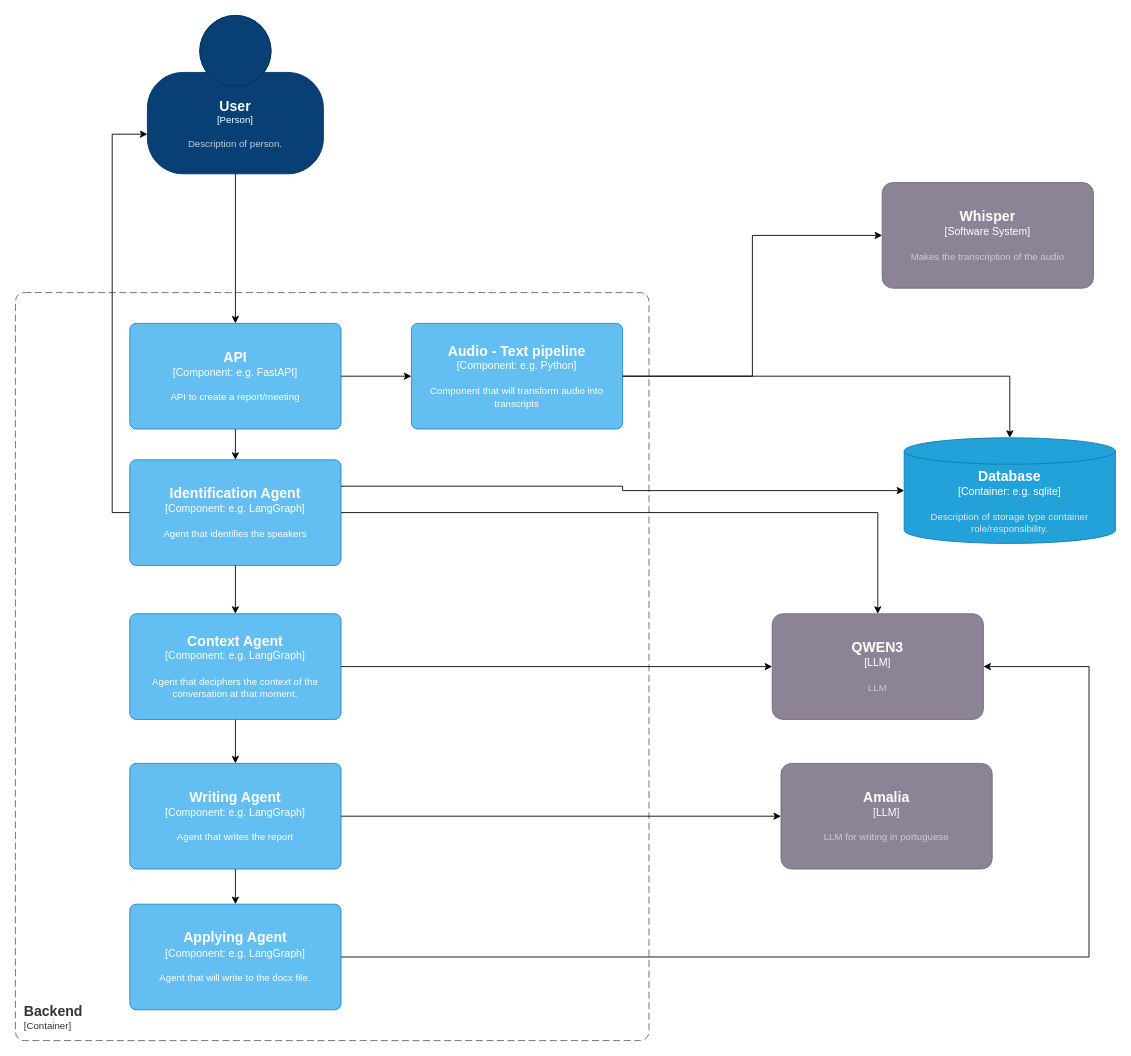
Pedro-Pereira0/FeatherMagic keeps this draw.io diagram as page "Component" (5 of 5) of docs/diagrams.drawio. Above is the earlier version. Source tidied: cells renumbered, new cells numbered last; positions are measured from the earlier drawing's top-left corner, leaving out a move shared by most shapes. Both pictures are drawn from the tidied source at 88%, with x=0, y=0 at pixel (15, 15).
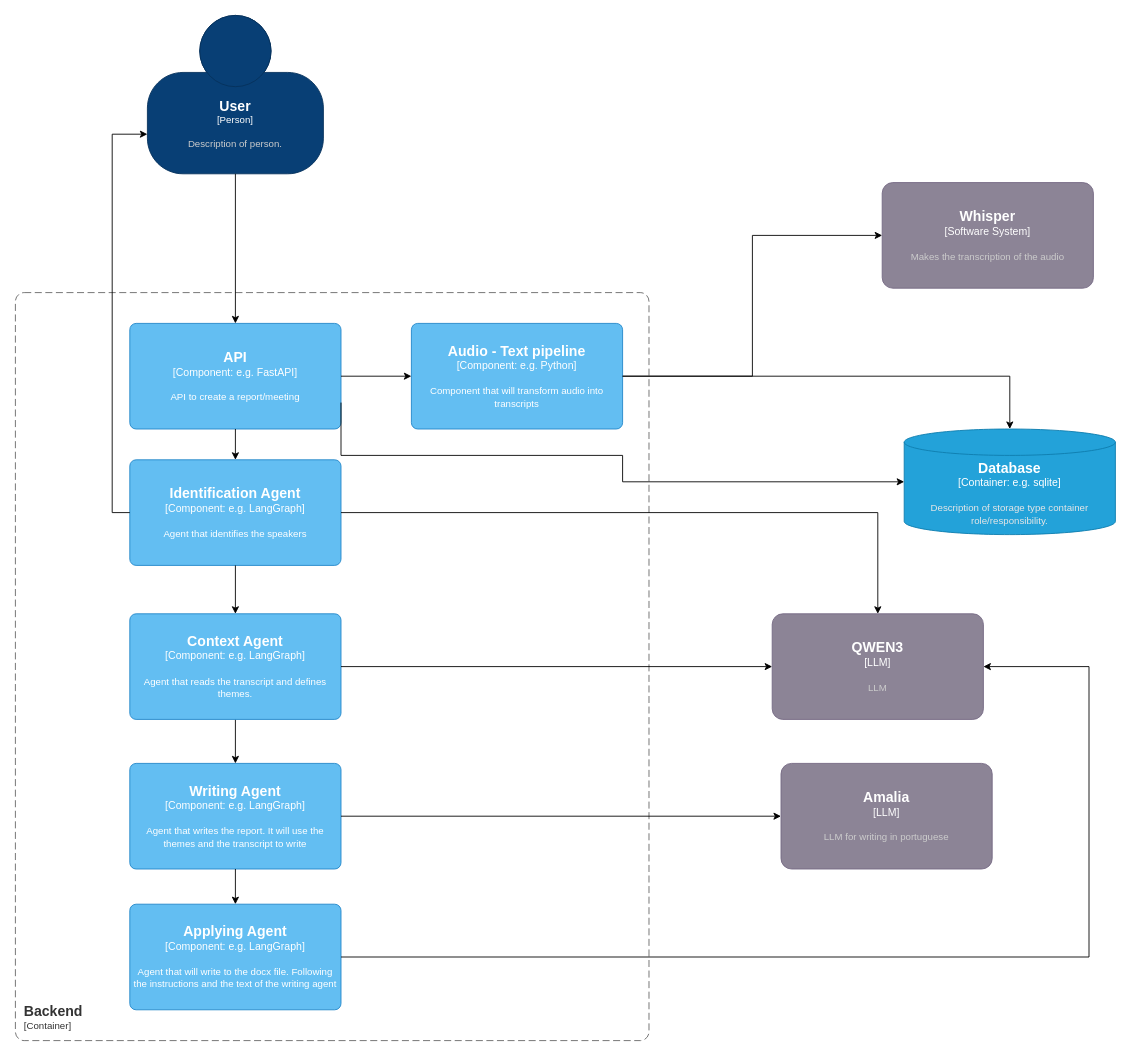
The same page after the edit.

Unchanged cells that the change refers to:
```xml
<object id="7" label="&lt;font style=&quot;font-size: 16px&quot;&gt;&lt;b&gt;%c4Name%&lt;/b&gt;&lt;/font&gt;&lt;div&gt;[%c4Type%: %c4Technology%]&lt;/div&gt;&lt;br&gt;&lt;div&gt;&lt;font style=&quot;font-size: 11px&quot;&gt;%c4Description%&lt;/font&gt;&lt;/div&gt;" c4Description="API to create a report/meeting" c4Name="API" c4Technology="e.g. FastAPI" c4Type="Component" placeholders="1">
  <mxCell style="rounded=1;whiteSpace=wrap;html=1;labelBackgroundColor=none;fillColor=#63BEF2;fontColor=#ffffff;align=center;arcSize=6;strokeColor=#2086C9;points=[[0.25,0,0],[0.5,0,0],[0.75,0,0],[1,0.25,0],[1,0.5,0],[1,0.75,0],[0.75,1,0],[0.5,1,0],[0.25,1,0],[0,0.75,0],[0,0.5,0],[0,0.25,0]];" parent="1" vertex="1">
    <mxGeometry x="130" y="350" width="240" height="120" as="geometry" />
  </mxCell>
</object>
<object id="10" label="&lt;font style=&quot;font-size: 16px&quot;&gt;&lt;b&gt;%c4Name%&lt;/b&gt;&lt;/font&gt;&lt;div&gt;[%c4Type%: %c4Technology%]&lt;/div&gt;&lt;br&gt;&lt;div&gt;&lt;font style=&quot;font-size: 11px&quot;&gt;%c4Description%&lt;/font&gt;&lt;/div&gt;" c4Description="Agent that identifies the speakers" c4Name="Identification Agent" c4Technology="e.g. LangGraph" c4Type="Component" placeholders="1">
  <mxCell style="rounded=1;whiteSpace=wrap;html=1;labelBackgroundColor=none;fillColor=#63BEF2;fontColor=#ffffff;align=center;arcSize=6;strokeColor=#2086C9;points=[[0.25,0,0],[0.5,0,0],[0.75,0,0],[1,0.25,0],[1,0.5,0],[1,0.75,0],[0.75,1,0],[0.5,1,0],[0.25,1,0],[0,0.75,0],[0,0.5,0],[0,0.25,0]];" parent="1" vertex="1">
    <mxGeometry x="130" y="505" width="240" height="120" as="geometry" />
  </mxCell>
</object>
```

The edit, as a diff of the source:
```diff
@@
     <object id="5" label="&lt;font style=&quot;font-size: 16px&quot;&gt;&lt;b&gt;%c4Name%&lt;/b&gt;&lt;/font&gt;&lt;div&gt;[%c4Type%:&amp;nbsp;%c4Technology%]&lt;/div&gt;&lt;br&gt;&lt;div&gt;&lt;font style=&quot;font-size: 11px&quot;&gt;&lt;font color=&quot;#E6E6E6&quot;&gt;%c4Description%&lt;/font&gt;&lt;/div&gt;" c4Description="Description of storage type container role/responsibility." c4Name="Database" c4Technology="e.g. sqlite" c4Type="Container" placeholders="1">
       <mxCell style="shape=cylinder3;size=15;whiteSpace=wrap;html=1;boundedLbl=1;rounded=0;labelBackgroundColor=none;fillColor=#23A2D9;fontSize=12;fontColor=#ffffff;align=center;strokeColor=#0E7DAD;points=[[0.5,0,0],[1,0.25,0],[1,0.5,0],[1,0.75,0],[0.5,1,0],[0,0.75,0],[0,0.5,0],[0,0.25,0]];" parent="1" vertex="1">
-        <mxGeometry x="1010" y="480" width="240" height="120" as="geometry" />
+        <mxGeometry x="1010" y="470" width="240" height="120" as="geometry" />
       </mxCell>
     </object>
@@
-    <object id="9" label="&lt;font style=&quot;font-size: 16px&quot;&gt;&lt;b&gt;%c4Name%&lt;/b&gt;&lt;/font&gt;&lt;div&gt;[%c4Type%: %c4Technology%]&lt;/div&gt;&lt;br&gt;&lt;div&gt;&lt;font style=&quot;font-size: 11px&quot;&gt;%c4Description%&lt;/font&gt;&lt;/div&gt;" c4Description="Agent that writes the report" c4Name="Writing Agent" c4Technology="e.g. LangGraph" c4Type="Component" placeholders="1">
+    <object id="9" label="&lt;font style=&quot;font-size: 16px&quot;&gt;&lt;b&gt;%c4Name%&lt;/b&gt;&lt;/font&gt;&lt;div&gt;[%c4Type%: %c4Technology%]&lt;/div&gt;&lt;br&gt;&lt;div&gt;&lt;font style=&quot;font-size: 11px&quot;&gt;%c4Description%&lt;/font&gt;&lt;/div&gt;" c4Description="Agent that writes the report. It will use the themes and the transcript to write" c4Name="Writing Agent" c4Technology="e.g. LangGraph" c4Type="Component" placeholders="1">
       <mxCell style="rounded=1;whiteSpace=wrap;html=1;labelBackgroundColor=none;fillColor=#63BEF2;fontColor=#ffffff;align=center;arcSize=6;strokeColor=#2086C9;points=[[0.25,0,0],[0.5,0,0],[0.75,0,0],[1,0.25,0],[1,0.5,0],[1,0.75,0],[0.75,1,0],[0.5,1,0],[0.25,1,0],[0,0.75,0],[0,0.5,0],[0,0.25,0]];" parent="1" vertex="1">
         <mxGeometry x="130" y="850" width="240" height="120" as="geometry" />
       </mxCell>
     </object>
@@
-    <mxCell id="13" style="edgeStyle=orthogonalEdgeStyle;rounded=0;jettySize=auto;html=1;exitX=1;exitY=0.25;exitDx=0;exitDy=0;exitPerimeter=0;entryX=0;entryY=0.5;entryDx=0;entryDy=0;entryPerimeter=0;" parent="1" edge="1" source="10" target="5">
-      <mxGeometry relative="1" as="geometry" />
-    </mxCell>
@@
-    <object id="16" label="&lt;font style=&quot;font-size: 16px&quot;&gt;&lt;b&gt;%c4Name%&lt;/b&gt;&lt;/font&gt;&lt;div&gt;[%c4Type%: %c4Technology%]&lt;/div&gt;&lt;br&gt;&lt;div&gt;&lt;font style=&quot;font-size: 11px&quot;&gt;%c4Description%&lt;/font&gt;&lt;/div&gt;" c4Description="Agent that deciphers the context of the conversation at that moment." c4Name="Context Agent" c4Technology="e.g. LangGraph" c4Type="Component" placeholders="1">
+    <object id="16" label="&lt;font style=&quot;font-size: 16px&quot;&gt;&lt;b&gt;%c4Name%&lt;/b&gt;&lt;/font&gt;&lt;div&gt;[%c4Type%: %c4Technology%]&lt;/div&gt;&lt;br&gt;&lt;div&gt;&lt;font style=&quot;font-size: 11px&quot;&gt;%c4Description%&lt;/font&gt;&lt;/div&gt;" c4Description="Agent that reads the transcript and defines themes." c4Name="Context Agent" c4Technology="e.g. LangGraph" c4Type="Component" placeholders="1">
       <mxCell style="rounded=1;whiteSpace=wrap;html=1;labelBackgroundColor=none;fillColor=#63BEF2;fontColor=#ffffff;align=center;arcSize=6;strokeColor=#2086C9;points=[[0.25,0,0],[0.5,0,0],[0.75,0,0],[1,0.25,0],[1,0.5,0],[1,0.75,0],[0.75,1,0],[0.5,1,0],[0.25,1,0],[0,0.75,0],[0,0.5,0],[0,0.25,0]];" parent="1" vertex="1">
         <mxGeometry x="130" y="680" width="240" height="120" as="geometry" />
       </mxCell>
     </object>
@@
-    <object id="21" label="&lt;font style=&quot;font-size: 16px&quot;&gt;&lt;b&gt;%c4Name%&lt;/b&gt;&lt;/font&gt;&lt;div&gt;[%c4Type%: %c4Technology%]&lt;/div&gt;&lt;br&gt;&lt;div&gt;&lt;font style=&quot;font-size: 11px&quot;&gt;%c4Description%&lt;/font&gt;&lt;/div&gt;" c4Description="Agent that will write to the docx file." c4Name="Applying Agent" c4Technology="e.g. LangGraph" c4Type="Component" placeholders="1">
+    <object id="21" label="&lt;font style=&quot;font-size: 16px&quot;&gt;&lt;b&gt;%c4Name%&lt;/b&gt;&lt;/font&gt;&lt;div&gt;[%c4Type%: %c4Technology%]&lt;/div&gt;&lt;br&gt;&lt;div&gt;&lt;font style=&quot;font-size: 11px&quot;&gt;%c4Description%&lt;/font&gt;&lt;/div&gt;" c4Description="Agent that will write to the docx file. Following the instructions and the text of the writing agent" c4Name="Applying Agent" c4Technology="e.g. LangGraph" c4Type="Component" placeholders="1">
       <mxCell style="rounded=1;whiteSpace=wrap;html=1;labelBackgroundColor=none;fillColor=#63BEF2;fontColor=#ffffff;align=center;arcSize=6;strokeColor=#2086C9;points=[[0.25,0,0],[0.5,0,0],[0.75,0,0],[1,0.25,0],[1,0.5,0],[1,0.75,0],[0.75,1,0],[0.5,1,0],[0.25,1,0],[0,0.75,0],[0,0.5,0],[0,0.25,0]];" parent="1" vertex="1">
         <mxGeometry x="130" y="1010" width="240" height="120" as="geometry" />
       </mxCell>
     </object>
@@
+    <mxCell id="28" style="edgeStyle=orthogonalEdgeStyle;rounded=0;jettySize=auto;html=1;exitX=1;exitY=0.75;exitDx=0;exitDy=0;exitPerimeter=0;entryX=0;entryY=0.5;entryDx=0;entryDy=0;entryPerimeter=0;" parent="1" edge="1" source="7" target="5">
+      <mxGeometry relative="1" as="geometry">
+        <Array as="points">
+          <mxPoint x="370" y="500" />
+          <mxPoint x="690" y="500" />
+          <mxPoint x="690" y="530" />
+        </Array>
+      </mxGeometry>
+    </mxCell>
```
